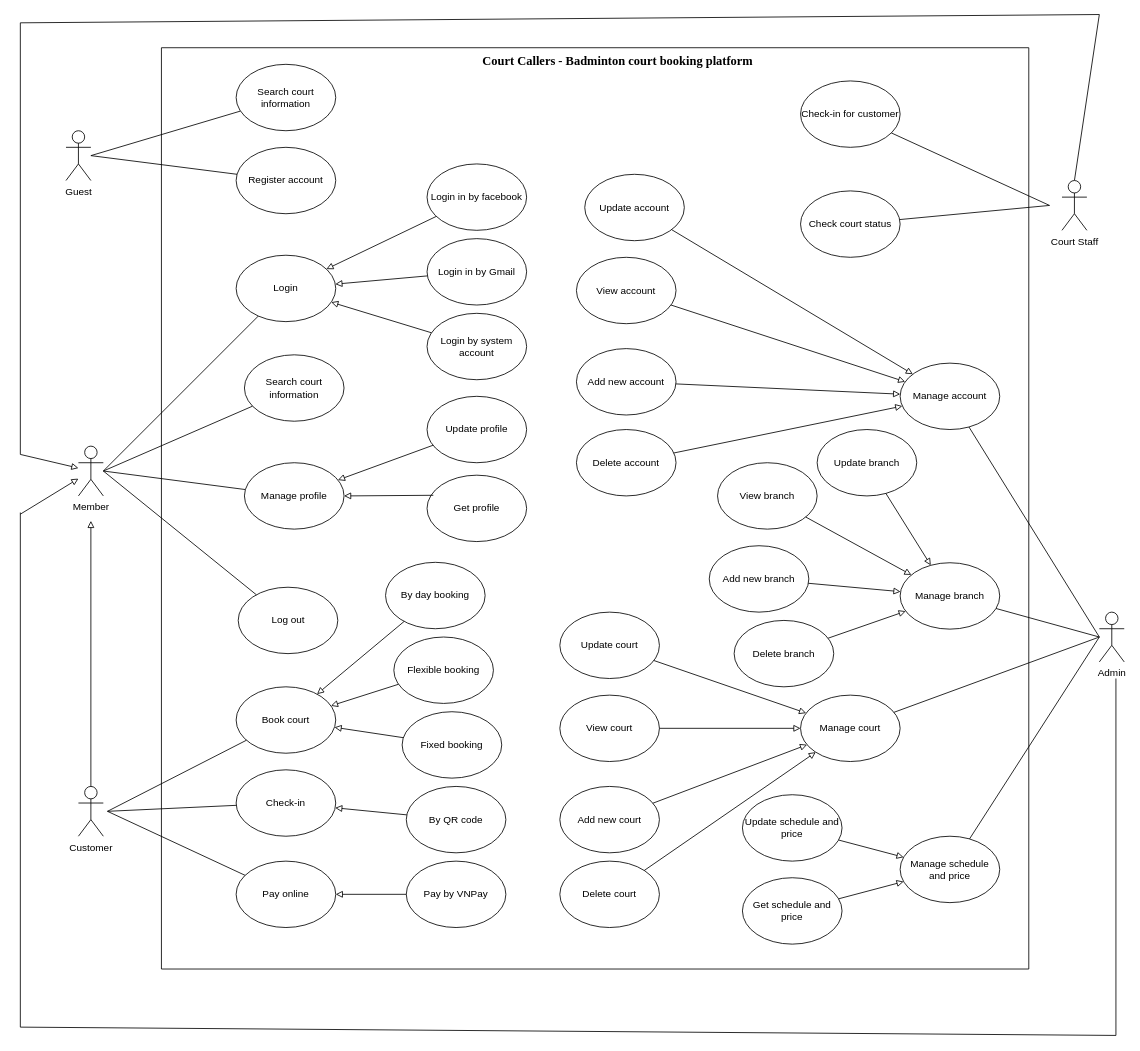
Above: UseCaseDiagram.drawio in halinhtvn3a/SWP391_Project (draw.io), before the change. Source tidied: cells renumbered, new cells numbered last; positions are measured from the earlier drawing's top-left corner, leaving out a move shared by most shapes. Both pictures are drawn from the tidied source at 83%, with x=0, y=0 at pixel (20, 14).
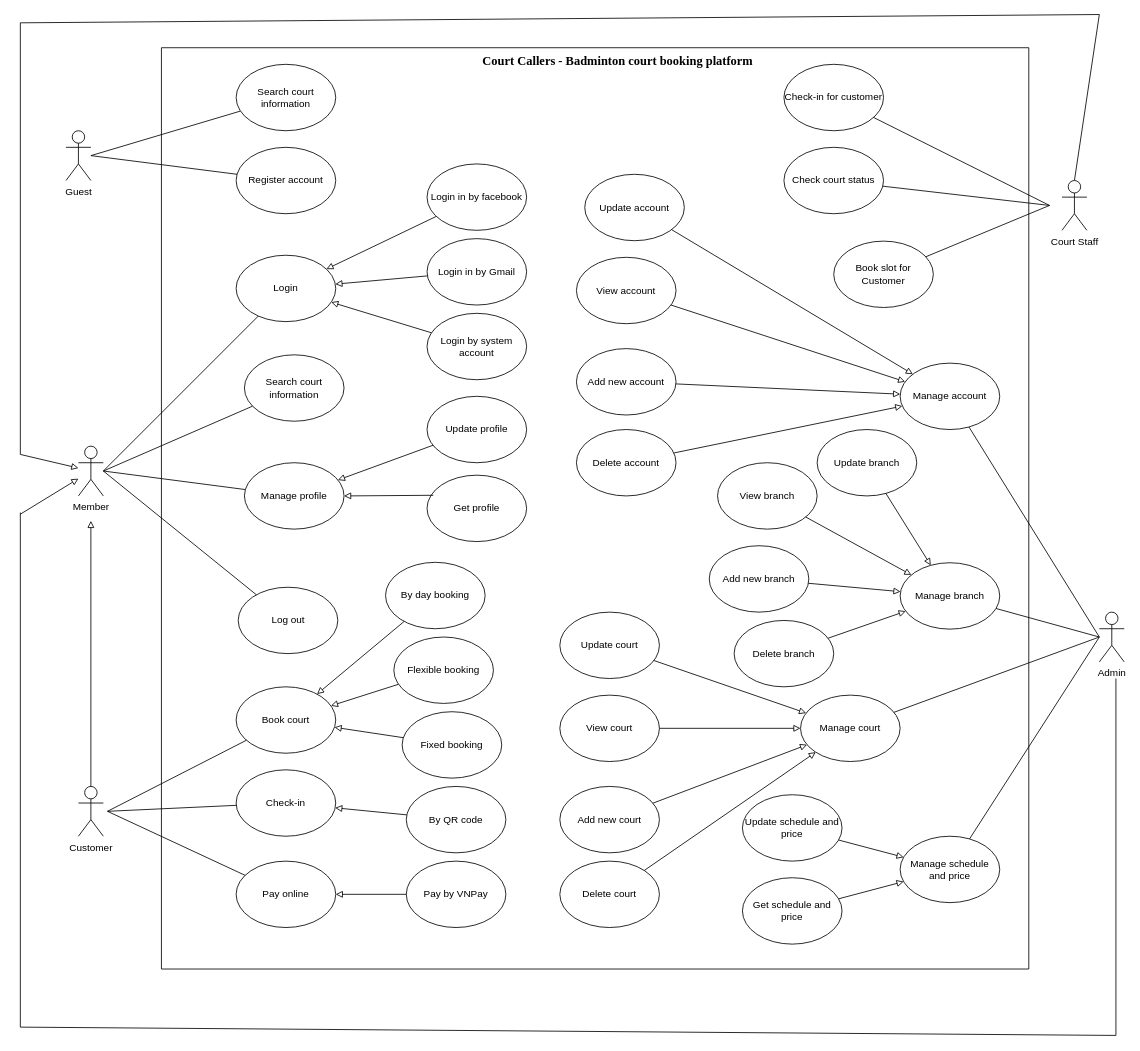
Above is the later version.

Commit message (it also covers changes not shown here):
update use case diagram and class court

The change refers to these unchanged cells:
```xml
<mxCell id="2" style="swimlane;startSize=0;" parent="1" vertex="1">
  <mxGeometry x="170" y="40" width="1045" height="1110" as="geometry" />
</mxCell>
```

The edit, as a diff of the source:
```diff
@@
     <mxCell id="61" value="Check-in for customer" style="ellipse;whiteSpace=wrap;html=1;" parent="2" vertex="1">
-      <mxGeometry x="770" y="40" width="120" height="80" as="geometry" />
+      <mxGeometry x="750" y="20" width="120" height="80" as="geometry" />
     </mxCell>
     <mxCell id="62" value="Check court status" style="ellipse;whiteSpace=wrap;html=1;" parent="2" vertex="1">
-      <mxGeometry x="770" y="172.5" width="120" height="80" as="geometry" />
+      <mxGeometry x="750" y="120" width="120" height="80" as="geometry" />
     </mxCell>
@@
+    <mxCell id="96" value="Book slot for Customer" style="ellipse;whiteSpace=wrap;html=1;" parent="2" vertex="1">
+      <mxGeometry x="810" y="233" width="120" height="80" as="geometry" />
+    </mxCell>
@@
+    <mxCell id="97" style="endArrow=none;html=1;rounded=0;" parent="1" edge="1" target="96">
+      <mxGeometry relative="1" as="geometry">
+        <mxPoint x="1240" y="230" as="sourcePoint" />
+      </mxGeometry>
+    </mxCell>
```
